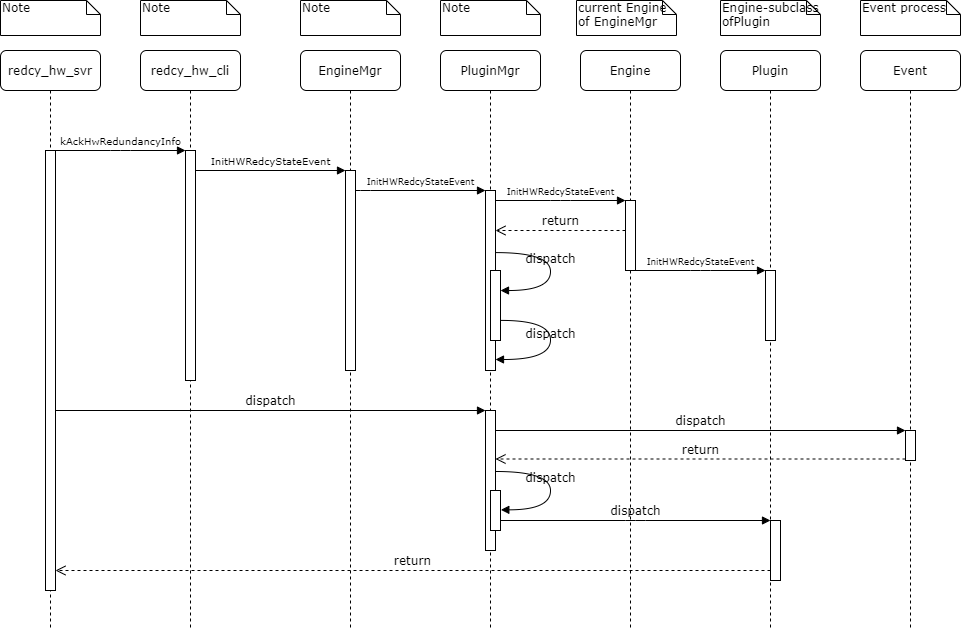
Earlier version of the draw.io export UML/StartRedundancy.png (Steve888888/FN-Redundancy). Source tidied: cells renumbered, new cells last; positions are measured from the earlier drawing's top-left corner, leaving out a move shared by most shapes. Its diagram source:
```xml
<mxGraphModel background="#ffffff">
  <root>
    <mxCell id="0" />
    <mxCell id="1" parent="0" />
    <mxCell id="2" value="redcy_hw_cli" style="shape=umlLifeline;perimeter=lifelinePerimeter;whiteSpace=wrap;html=1;rounded=1;shadow=0;comic=0;labelBackgroundColor=none;strokeWidth=1;fontFamily=Verdana;fontSize=12;align=center;" parent="1" vertex="1">
      <mxGeometry x="140" y="50" width="100" height="580" as="geometry" />
    </mxCell>
    <mxCell id="3" style="html=1;points=[];perimeter=orthogonalPerimeter;rounded=0;shadow=0;comic=0;labelBackgroundColor=none;strokeWidth=1;fontFamily=Verdana;fontSize=12;align=center;" parent="2" vertex="1">
      <mxGeometry x="45" y="100" width="10" height="230" as="geometry" />
    </mxCell>
    <mxCell id="4" value="&lt;span&gt;EngineMgr&lt;/span&gt;" style="shape=umlLifeline;perimeter=lifelinePerimeter;whiteSpace=wrap;html=1;rounded=1;shadow=0;comic=0;labelBackgroundColor=none;strokeWidth=1;fontFamily=Verdana;fontSize=12;align=center;" parent="1" vertex="1">
      <mxGeometry x="300" y="50" width="100" height="580" as="geometry" />
    </mxCell>
    <mxCell id="5" style="html=1;points=[];perimeter=orthogonalPerimeter;rounded=0;shadow=0;comic=0;labelBackgroundColor=none;strokeWidth=1;fontFamily=Verdana;fontSize=12;align=center;" parent="4" vertex="1">
      <mxGeometry x="45" y="120" width="10" height="200" as="geometry" />
    </mxCell>
    <mxCell id="6" value="PluginMgr" style="shape=umlLifeline;perimeter=lifelinePerimeter;whiteSpace=wrap;html=1;rounded=1;shadow=0;comic=0;labelBackgroundColor=none;strokeWidth=1;fontFamily=Verdana;fontSize=12;align=center;" parent="1" vertex="1">
      <mxGeometry x="440" y="50" width="100" height="580" as="geometry" />
    </mxCell>
    <mxCell id="7" value="Engine" style="shape=umlLifeline;perimeter=lifelinePerimeter;whiteSpace=wrap;html=1;rounded=1;shadow=0;comic=0;labelBackgroundColor=none;strokeWidth=1;fontFamily=Verdana;fontSize=12;align=center;" parent="1" vertex="1">
      <mxGeometry x="580" y="50" width="100" height="580" as="geometry" />
    </mxCell>
    <mxCell id="8" value="Plugin" style="shape=umlLifeline;perimeter=lifelinePerimeter;whiteSpace=wrap;html=1;rounded=1;shadow=0;comic=0;labelBackgroundColor=none;strokeWidth=1;fontFamily=Verdana;fontSize=12;align=center;" parent="1" vertex="1">
      <mxGeometry x="720" y="50" width="100" height="580" as="geometry" />
    </mxCell>
    <mxCell id="9" style="html=1;perimeter=orthogonalPerimeter;rounded=0;shadow=0;comic=0;labelBackgroundColor=none;strokeWidth=1;fontFamily=Verdana;fontSize=12;align=center;" parent="8" vertex="1">
      <mxGeometry x="45" y="220" width="10" height="70" as="geometry" />
    </mxCell>
    <mxCell id="10" value="Event" style="shape=umlLifeline;perimeter=lifelinePerimeter;whiteSpace=wrap;html=1;rounded=1;shadow=0;comic=0;labelBackgroundColor=none;strokeWidth=1;fontFamily=Verdana;fontSize=12;align=center;" parent="1" vertex="1">
      <mxGeometry x="860" y="50" width="100" height="580" as="geometry" />
    </mxCell>
    <mxCell id="11" value="redcy_hw_svr" style="shape=umlLifeline;perimeter=lifelinePerimeter;whiteSpace=wrap;html=1;rounded=1;shadow=0;comic=0;labelBackgroundColor=none;strokeWidth=1;fontFamily=Verdana;fontSize=12;align=center;" parent="1" vertex="1">
      <mxGeometry y="50" width="100" height="580" as="geometry" />
    </mxCell>
    <mxCell id="12" style="html=1;points=[];perimeter=orthogonalPerimeter;rounded=0;shadow=0;comic=0;labelBackgroundColor=none;strokeWidth=1;fontFamily=Verdana;fontSize=12;align=center;" parent="11" vertex="1">
      <mxGeometry x="45" y="100" width="10" height="440" as="geometry" />
    </mxCell>
    <mxCell id="13" style="html=1;points=[];perimeter=orthogonalPerimeter;rounded=0;shadow=0;comic=0;labelBackgroundColor=none;strokeWidth=1;fontFamily=Verdana;fontSize=12;align=center;" parent="1" vertex="1">
      <mxGeometry x="485" y="190" width="10" height="180" as="geometry" />
    </mxCell>
    <mxCell id="14" value="&lt;font style=&quot;font-size: 9px&quot;&gt;InitHWRedcyStateEvent&lt;/font&gt;" style="html=1;verticalAlign=bottom;endArrow=block;labelBackgroundColor=none;fontFamily=Verdana;fontSize=12;edgeStyle=elbowEdgeStyle;elbow=vertical;" parent="1" edge="1" source="5" target="13">
      <mxGeometry relative="1" as="geometry">
        <Array as="points">
          <mxPoint x="360" y="190" />
        </Array>
      </mxGeometry>
    </mxCell>
    <mxCell id="15" style="html=1;points=[];perimeter=orthogonalPerimeter;rounded=0;shadow=0;comic=0;labelBackgroundColor=none;strokeWidth=1;fontFamily=Verdana;fontSize=12;align=center;" parent="1" vertex="1">
      <mxGeometry x="625" y="200" width="10" height="70" as="geometry" />
    </mxCell>
    <mxCell id="16" value="&lt;span style=&quot;font-size: 9px&quot;&gt;InitHWRedcyStateEvent&lt;/span&gt;" style="html=1;verticalAlign=bottom;endArrow=block;entryX=0;entryY=0;labelBackgroundColor=none;fontFamily=Verdana;fontSize=12;edgeStyle=elbowEdgeStyle;elbow=vertical;" parent="1" edge="1" source="13" target="15">
      <mxGeometry relative="1" as="geometry" />
    </mxCell>
    <mxCell id="17" value="return" style="html=1;verticalAlign=bottom;endArrow=open;dashed=1;endSize=8;labelBackgroundColor=none;fontFamily=Verdana;fontSize=12;edgeStyle=elbowEdgeStyle;elbow=vertical;" parent="1" edge="1" source="15" target="13">
      <mxGeometry relative="1" as="geometry">
        <Array as="points">
          <mxPoint x="570" y="230" />
          <mxPoint x="600" y="230" />
        </Array>
      </mxGeometry>
    </mxCell>
    <mxCell id="18" style="html=1;points=[];perimeter=orthogonalPerimeter;rounded=0;shadow=0;comic=0;labelBackgroundColor=none;strokeWidth=1;fontFamily=Verdana;fontSize=12;align=center;" parent="1" vertex="1">
      <mxGeometry x="485" y="410" width="10" height="140" as="geometry" />
    </mxCell>
    <mxCell id="19" value="dispatch" style="html=1;verticalAlign=bottom;endArrow=block;entryX=0;entryY=0;labelBackgroundColor=none;fontFamily=Verdana;fontSize=12;" parent="1" edge="1" source="12" target="18">
      <mxGeometry relative="1" as="geometry" />
    </mxCell>
    <mxCell id="20" style="html=1;points=[];perimeter=orthogonalPerimeter;rounded=0;shadow=0;comic=0;labelBackgroundColor=none;strokeColor=#000000;strokeWidth=1;fillColor=#FFFFFF;fontFamily=Verdana;fontSize=12;fontColor=#000000;align=center;" parent="1" vertex="1">
      <mxGeometry x="905" y="430" width="10" height="30" as="geometry" />
    </mxCell>
    <mxCell id="21" value="dispatch" style="html=1;verticalAlign=bottom;endArrow=block;entryX=0;entryY=0;labelBackgroundColor=none;fontFamily=Verdana;fontSize=12;" parent="1" edge="1" source="18" target="20">
      <mxGeometry relative="1" as="geometry" />
    </mxCell>
    <mxCell id="22" value="return" style="html=1;verticalAlign=bottom;endArrow=open;dashed=1;endSize=8;exitX=0;exitY=0.95;labelBackgroundColor=none;fontFamily=Verdana;fontSize=12;" parent="1" edge="1" source="20" target="18">
      <mxGeometry relative="1" as="geometry" />
    </mxCell>
    <mxCell id="23" style="html=1;points=[];perimeter=orthogonalPerimeter;rounded=0;shadow=0;comic=0;labelBackgroundColor=none;strokeWidth=1;fontFamily=Verdana;fontSize=12;align=center;" parent="1" vertex="1">
      <mxGeometry x="770" y="520" width="10" height="60" as="geometry" />
    </mxCell>
    <mxCell id="24" value="dispatch" style="html=1;verticalAlign=bottom;endArrow=block;entryX=0;entryY=0;labelBackgroundColor=none;fontFamily=Verdana;fontSize=12;edgeStyle=elbowEdgeStyle;elbow=vertical;" parent="1" edge="1" source="31" target="23">
      <mxGeometry relative="1" as="geometry" />
    </mxCell>
    <mxCell id="25" value="return" style="html=1;verticalAlign=bottom;endArrow=open;dashed=1;endSize=8;labelBackgroundColor=none;fontFamily=Verdana;fontSize=12;edgeStyle=elbowEdgeStyle;elbow=vertical;" parent="1" edge="1" source="23" target="12">
      <mxGeometry relative="1" as="geometry">
        <Array as="points">
          <mxPoint x="470" y="570" />
        </Array>
      </mxGeometry>
    </mxCell>
    <mxCell id="26" value="&lt;span style=&quot;font-size: 10px&quot;&gt;kAckHwRedundancyInfo&lt;/span&gt;" style="html=1;verticalAlign=bottom;endArrow=block;entryX=0;entryY=0;labelBackgroundColor=none;fontFamily=Verdana;fontSize=12;edgeStyle=elbowEdgeStyle;elbow=vertical;" parent="1" edge="1" source="12" target="3">
      <mxGeometry relative="1" as="geometry" />
    </mxCell>
    <mxCell id="27" value="&lt;font style=&quot;font-size: 10px&quot;&gt;InitHWRedcyStateEvent&lt;/font&gt;" style="html=1;verticalAlign=bottom;endArrow=block;entryX=0;entryY=0;labelBackgroundColor=none;fontFamily=Verdana;fontSize=12;edgeStyle=elbowEdgeStyle;elbow=vertical;" parent="1" edge="1" source="3" target="5">
      <mxGeometry relative="1" as="geometry" />
    </mxCell>
    <mxCell id="28" style="html=1;points=[];perimeter=orthogonalPerimeter;rounded=0;shadow=0;comic=0;labelBackgroundColor=none;strokeWidth=1;fontFamily=Verdana;fontSize=12;align=center;" parent="1" vertex="1">
      <mxGeometry x="490" y="270" width="10" height="70" as="geometry" />
    </mxCell>
    <mxCell id="29" value="dispatch" style="html=1;verticalAlign=bottom;endArrow=block;labelBackgroundColor=none;fontFamily=Verdana;fontSize=12;elbow=vertical;edgeStyle=orthogonalEdgeStyle;curved=1;entryX=1;entryY=0.286;entryPerimeter=0;exitX=1.038;exitY=0.345;exitPerimeter=0;" parent="1" edge="1" source="13" target="28">
      <mxGeometry relative="1" as="geometry">
        <Array as="points">
          <mxPoint x="550" y="252" />
          <mxPoint x="550" y="290" />
        </Array>
      </mxGeometry>
    </mxCell>
    <mxCell id="30" value="dispatch" style="html=1;verticalAlign=bottom;endArrow=block;labelBackgroundColor=none;fontFamily=Verdana;fontSize=12;elbow=vertical;edgeStyle=orthogonalEdgeStyle;curved=1;exitX=1.066;exitY=0.713;exitPerimeter=0;" parent="1" edge="1" source="28">
      <mxGeometry relative="1" as="geometry">
        <mxPoint x="495" y="359" as="targetPoint" />
        <Array as="points">
          <mxPoint x="550" y="320" />
          <mxPoint x="550" y="359" />
        </Array>
      </mxGeometry>
    </mxCell>
    <mxCell id="31" style="html=1;points=[];perimeter=orthogonalPerimeter;rounded=0;shadow=0;comic=0;labelBackgroundColor=none;strokeWidth=1;fontFamily=Verdana;fontSize=12;align=center;" parent="1" vertex="1">
      <mxGeometry x="490" y="490" width="10" height="40" as="geometry" />
    </mxCell>
    <mxCell id="32" value="dispatch" style="html=1;verticalAlign=bottom;endArrow=block;labelBackgroundColor=none;fontFamily=Verdana;fontSize=12;elbow=vertical;edgeStyle=orthogonalEdgeStyle;curved=1;entryX=1;entryY=0.286;entryPerimeter=0;exitX=1.038;exitY=0.345;exitPerimeter=0;" parent="1" edge="1">
      <mxGeometry relative="1" as="geometry">
        <mxPoint x="495.3" y="471" as="sourcePoint" />
        <mxPoint x="500.3" y="509.3" as="targetPoint" />
        <Array as="points">
          <mxPoint x="550" y="471" />
          <mxPoint x="550" y="509" />
        </Array>
      </mxGeometry>
    </mxCell>
    <mxCell id="33" value="Note" style="shape=note;whiteSpace=wrap;html=1;size=14;verticalAlign=top;align=left;spacingTop=-6;rounded=0;shadow=0;comic=0;labelBackgroundColor=none;strokeWidth=1;fontFamily=Verdana;fontSize=12;" parent="1" vertex="1">
      <mxGeometry width="100" height="35" as="geometry" />
    </mxCell>
    <mxCell id="34" value="Note" style="shape=note;whiteSpace=wrap;html=1;size=14;verticalAlign=top;align=left;spacingTop=-6;rounded=0;shadow=0;comic=0;labelBackgroundColor=none;strokeWidth=1;fontFamily=Verdana;fontSize=12;" parent="1" vertex="1">
      <mxGeometry x="140" width="100" height="35" as="geometry" />
    </mxCell>
    <mxCell id="35" value="Note" style="shape=note;whiteSpace=wrap;html=1;size=14;verticalAlign=top;align=left;spacingTop=-6;rounded=0;shadow=0;comic=0;labelBackgroundColor=none;strokeWidth=1;fontFamily=Verdana;fontSize=12;" parent="1" vertex="1">
      <mxGeometry x="300" width="100" height="35" as="geometry" />
    </mxCell>
    <mxCell id="36" value="Note" style="shape=note;whiteSpace=wrap;html=1;size=14;verticalAlign=top;align=left;spacingTop=-6;rounded=0;shadow=0;comic=0;labelBackgroundColor=none;strokeWidth=1;fontFamily=Verdana;fontSize=12;" parent="1" vertex="1">
      <mxGeometry x="440" width="100" height="35" as="geometry" />
    </mxCell>
    <mxCell id="37" value="current Engine of EngineMgr&amp;nbsp;" style="shape=note;whiteSpace=wrap;html=1;size=14;verticalAlign=top;align=left;spacingTop=-6;rounded=0;shadow=0;comic=0;labelBackgroundColor=none;strokeWidth=1;fontFamily=Verdana;fontSize=12;" parent="1" vertex="1">
      <mxGeometry x="576" width="100" height="35" as="geometry" />
    </mxCell>
    <mxCell id="38" value="Engine-subclass ofPlugin" style="shape=note;whiteSpace=wrap;html=1;size=14;verticalAlign=top;align=left;spacingTop=-6;rounded=0;shadow=0;comic=0;labelBackgroundColor=none;strokeWidth=1;fontFamily=Verdana;fontSize=12;" parent="1" vertex="1">
      <mxGeometry x="720" width="100" height="35" as="geometry" />
    </mxCell>
    <mxCell id="39" value="Event process" style="shape=note;whiteSpace=wrap;html=1;size=14;verticalAlign=top;align=left;spacingTop=-6;rounded=0;shadow=0;comic=0;labelBackgroundColor=none;strokeWidth=1;fontFamily=Verdana;fontSize=12;" parent="1" vertex="1">
      <mxGeometry x="860" width="100" height="35" as="geometry" />
    </mxCell>
    <mxCell id="40" value="&lt;span style=&quot;font-size: 9px&quot;&gt;InitHWRedcyStateEvent&lt;/span&gt;" style="html=1;verticalAlign=bottom;endArrow=block;entryX=0;entryY=0;labelBackgroundColor=none;fontFamily=Verdana;fontSize=12;edgeStyle=elbowEdgeStyle;elbow=vertical;" parent="1" edge="1">
      <mxGeometry relative="1" as="geometry">
        <mxPoint x="635" y="270" as="sourcePoint" />
        <mxPoint x="765" y="270" as="targetPoint" />
      </mxGeometry>
    </mxCell>
  </root>
</mxGraphModel>
```
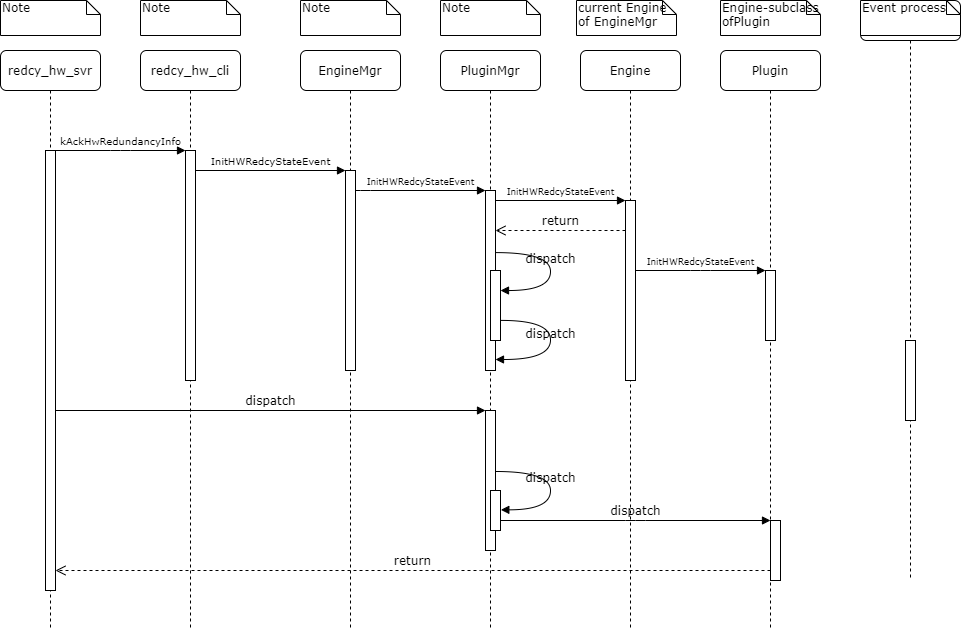
Later version of the same file.

What changed in the source:
```diff
@@ -27,8 +27,11 @@
       <mxGeometry x="45" y="220" width="10" height="70" as="geometry" />
     </mxCell>
     <mxCell id="10" value="Event" style="shape=umlLifeline;perimeter=lifelinePerimeter;whiteSpace=wrap;html=1;rounded=1;shadow=0;comic=0;labelBackgroundColor=none;strokeWidth=1;fontFamily=Verdana;fontSize=12;align=center;" parent="1" vertex="1">
-      <mxGeometry x="860" y="50" width="100" height="580" as="geometry" />
+      <mxGeometry x="860" width="100" height="580" as="geometry" />
     </mxCell>
+    <mxCell id="20" style="html=1;points=[];perimeter=orthogonalPerimeter;rounded=0;shadow=0;comic=0;labelBackgroundColor=none;strokeColor=#000000;strokeWidth=1;fillColor=#FFFFFF;fontFamily=Verdana;fontSize=12;fontColor=#000000;align=center;" parent="10" vertex="1">
+      <mxGeometry x="45" y="340" width="10" height="80" as="geometry" />
+    </mxCell>
     <mxCell id="11" value="redcy_hw_svr" style="shape=umlLifeline;perimeter=lifelinePerimeter;whiteSpace=wrap;html=1;rounded=1;shadow=0;comic=0;labelBackgroundColor=none;strokeWidth=1;fontFamily=Verdana;fontSize=12;align=center;" parent="1" vertex="1">
       <mxGeometry y="50" width="100" height="580" as="geometry" />
     </mxCell>
@@ -46,7 +49,7 @@
       </mxGeometry>
     </mxCell>
     <mxCell id="15" style="html=1;points=[];perimeter=orthogonalPerimeter;rounded=0;shadow=0;comic=0;labelBackgroundColor=none;strokeWidth=1;fontFamily=Verdana;fontSize=12;align=center;" parent="1" vertex="1">
-      <mxGeometry x="625" y="200" width="10" height="70" as="geometry" />
+      <mxGeometry x="625" y="200" width="10" height="180" as="geometry" />
     </mxCell>
     <mxCell id="16" value="&lt;span style=&quot;font-size: 9px&quot;&gt;InitHWRedcyStateEvent&lt;/span&gt;" style="html=1;verticalAlign=bottom;endArrow=block;entryX=0;entryY=0;labelBackgroundColor=none;fontFamily=Verdana;fontSize=12;edgeStyle=elbowEdgeStyle;elbow=vertical;" parent="1" edge="1" source="13" target="15">
       <mxGeometry relative="1" as="geometry" />
@@ -65,15 +68,6 @@
     <mxCell id="19" value="dispatch" style="html=1;verticalAlign=bottom;endArrow=block;entryX=0;entryY=0;labelBackgroundColor=none;fontFamily=Verdana;fontSize=12;" parent="1" edge="1" source="12" target="18">
       <mxGeometry relative="1" as="geometry" />
     </mxCell>
-    <mxCell id="20" style="html=1;points=[];perimeter=orthogonalPerimeter;rounded=0;shadow=0;comic=0;labelBackgroundColor=none;strokeColor=#000000;strokeWidth=1;fillColor=#FFFFFF;fontFamily=Verdana;fontSize=12;fontColor=#000000;align=center;" parent="1" vertex="1">
-      <mxGeometry x="905" y="430" width="10" height="30" as="geometry" />
-    </mxCell>
-    <mxCell id="21" value="dispatch" style="html=1;verticalAlign=bottom;endArrow=block;entryX=0;entryY=0;labelBackgroundColor=none;fontFamily=Verdana;fontSize=12;" parent="1" edge="1" source="18" target="20">
-      <mxGeometry relative="1" as="geometry" />
-    </mxCell>
-    <mxCell id="22" value="return" style="html=1;verticalAlign=bottom;endArrow=open;dashed=1;endSize=8;exitX=0;exitY=0.95;labelBackgroundColor=none;fontFamily=Verdana;fontSize=12;" parent="1" edge="1" source="20" target="18">
-      <mxGeometry relative="1" as="geometry" />
-    </mxCell>
     <mxCell id="23" style="html=1;points=[];perimeter=orthogonalPerimeter;rounded=0;shadow=0;comic=0;labelBackgroundColor=none;strokeWidth=1;fontFamily=Verdana;fontSize=12;align=center;" parent="1" vertex="1">
       <mxGeometry x="770" y="520" width="10" height="60" as="geometry" />
     </mxCell>
```
